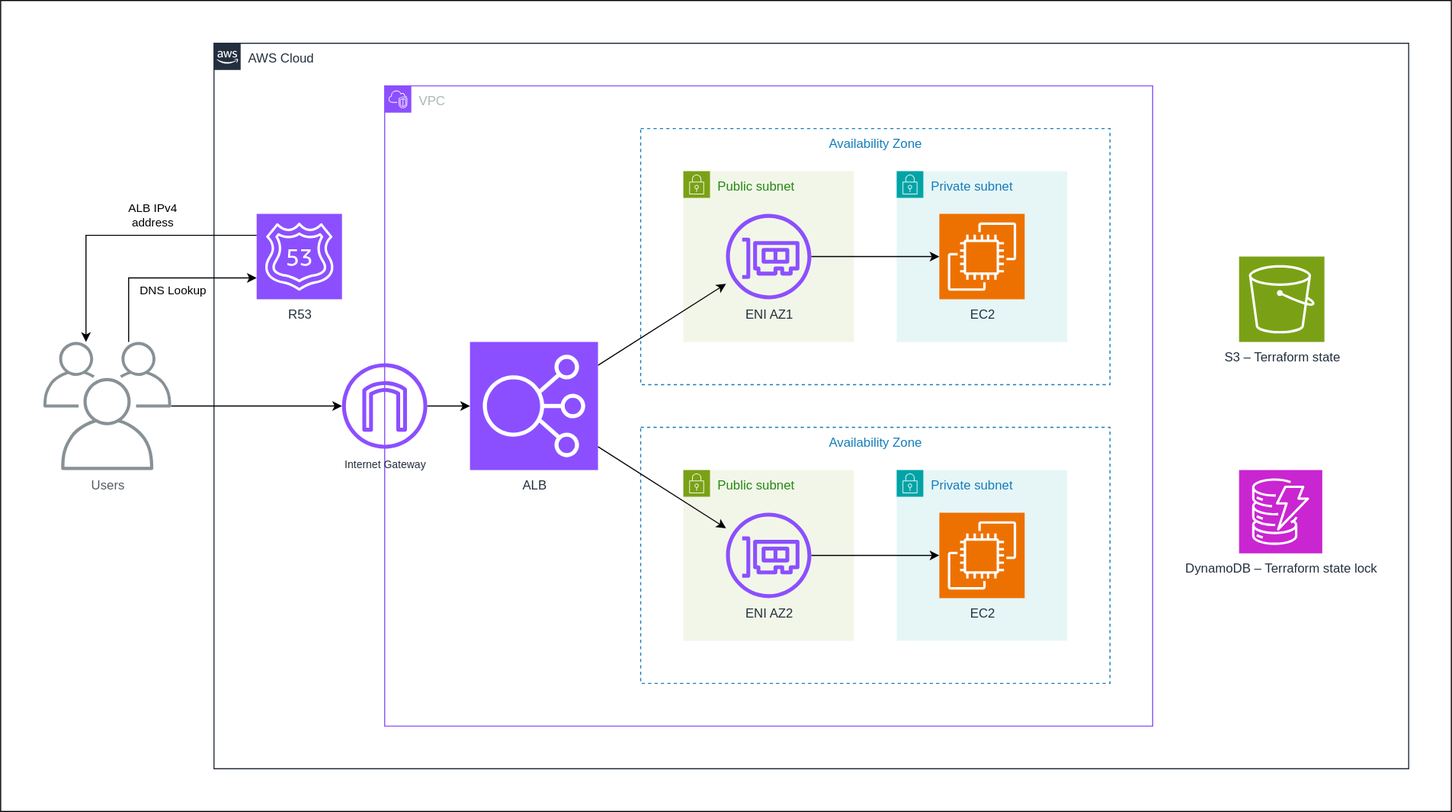
The draw.io diagram app/assets/EC2.svg in PhamNamSon/portfolio, before a commit. Source tidied: cells renumbered, new cells last; positions are measured from the earlier drawing's top-left corner, leaving out a move shared by most shapes.
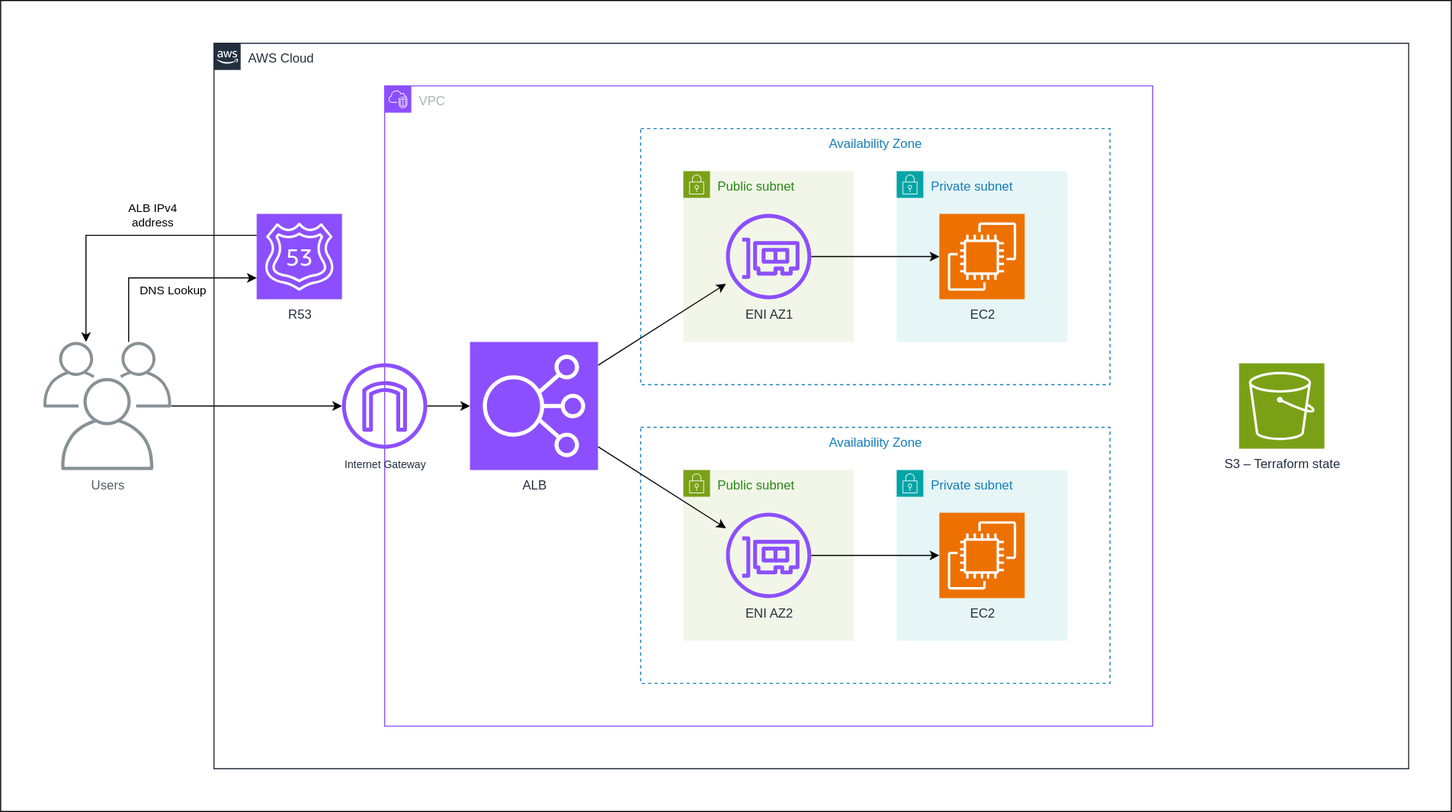
After the commit.

The edit, as a diff of the source:
```diff
@@ -9,11 +9,8 @@
       <mxGeometry x="200" y="40" width="1120" height="680" as="geometry" />
     </mxCell>
     <mxCell id="4" value="S3 – Terraform state" style="sketch=0;fontColor=#232F3E;fillColor=#7AA116;strokeColor=#ffffff;dashed=0;verticalLabelPosition=bottom;verticalAlign=top;align=center;html=1;fontSize=12;fontStyle=0;shape=mxgraph.aws4.resourceIcon;resIcon=mxgraph.aws4.s3;" parent="3" vertex="1">
-      <mxGeometry x="961" y="200" width="80" height="80" as="geometry" />
+      <mxGeometry x="961" y="300" width="80" height="80" as="geometry" />
     </mxCell>
-    <mxCell id="5" value="DynamoDB – Terraform state lock" style="sketch=0;fontColor=#232F3E;fillColor=#C925D1;strokeColor=#ffffff;dashed=0;verticalLabelPosition=bottom;verticalAlign=top;align=center;html=1;fontSize=12;fontStyle=0;shape=mxgraph.aws4.resourceIcon;resIcon=mxgraph.aws4.dynamodb;" parent="3" vertex="1">
-      <mxGeometry x="961" y="400" width="78" height="78" as="geometry" />
-    </mxCell>
     <mxCell id="6" value="VPC" style="gradientColor=none;html=1;whiteSpace=wrap;fontSize=12;fontStyle=0;shape=mxgraph.aws4.group;grIcon=mxgraph.aws4.group_vpc2;strokeColor=#8C4FFF;fillColor=none;verticalAlign=top;align=left;spacingLeft=30;fontColor=#AAB7B8;dashed=0;" parent="3" vertex="1">
       <mxGeometry x="160" y="40" width="720" height="600" as="geometry" />
     </mxCell>
```
